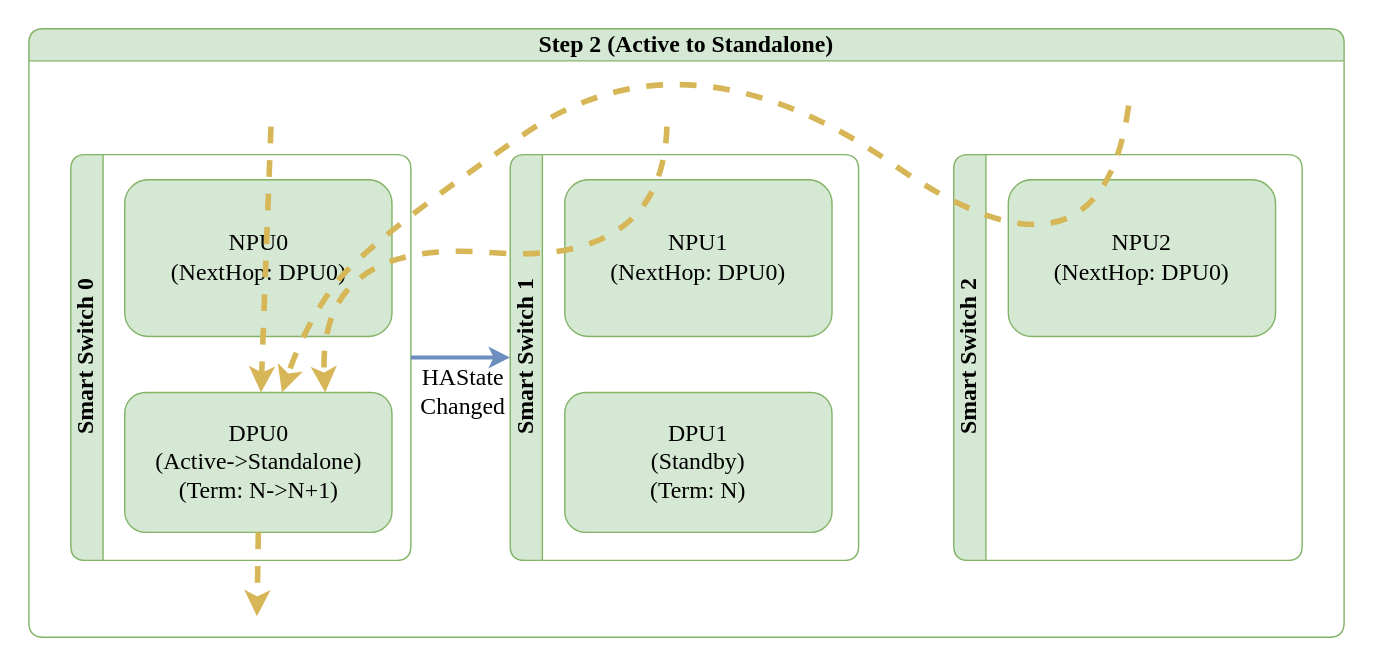
Before: doc/smart-switch/high-availability/images/ha-unplanned-events-enter-standalone-with-peer-up-step-2.svg, a diagram exported from draw.io (sonic-net/SONiC). Source tidied: cells renumbered, new cells last; positions are measured from the earlier drawing's top-left corner, leaving out a move shared by most shapes. The source it was exported from:
```xml
<mxGraphModel>
  <root>
    <mxCell id="0" />
    <mxCell id="1" parent="0" />
    <mxCell id="2" value="Step 2 (Active to Standalone)" style="swimlane;horizontal=1;whiteSpace=wrap;html=1;rounded=1;labelBorderColor=none;strokeColor=#82b366;fontFamily=Consolas;fontSize=17;startSize=23;fillColor=#d5e8d4;swimlaneFillColor=#FFFFFF;" parent="1" vertex="1">
      <mxGeometry y="5" width="940" height="435" as="geometry" />
    </mxCell>
    <mxCell id="3" value="Smart Switch 0" style="swimlane;horizontal=0;whiteSpace=wrap;html=1;rounded=1;labelBorderColor=none;strokeColor=#82b366;fontFamily=Consolas;fontSize=17;startSize=23;fillColor=#d5e8d4;swimlaneFillColor=#FFFFFF;" parent="2" vertex="1">
      <mxGeometry x="30" y="90" width="243" height="290" as="geometry" />
    </mxCell>
    <mxCell id="4" value="NPU0&lt;br style=&quot;font-size: 17px;&quot;&gt;(NextHop: DPU0)" style="rounded=1;whiteSpace=wrap;html=1;strokeColor=#82b366;fontFamily=Consolas;fontSize=17;startSize=23;fillColor=#d5e8d4;" parent="3" vertex="1">
      <mxGeometry x="38.5" y="18" width="191" height="112" as="geometry" />
    </mxCell>
    <mxCell id="5" value="DPU0&lt;br style=&quot;border-color: var(--border-color); font-size: 17px;&quot;&gt;(Active-&amp;gt;Standalone)&lt;br style=&quot;font-size: 17px;&quot;&gt;(Term: N-&amp;gt;N+1)" style="rounded=1;whiteSpace=wrap;html=1;strokeColor=#82b366;fontFamily=Consolas;fontSize=17;startSize=23;fillColor=#d5e8d4;" parent="3" vertex="1">
      <mxGeometry x="38.5" y="170" width="191" height="100" as="geometry" />
    </mxCell>
    <mxCell id="6" value="Smart Switch 1" style="swimlane;horizontal=0;whiteSpace=wrap;html=1;rounded=1;labelBorderColor=none;strokeColor=#82b366;fontFamily=Consolas;fontSize=17;startSize=23;fillColor=#d5e8d4;swimlaneFillColor=#FFFFFF;" parent="2" vertex="1">
      <mxGeometry x="344" y="90" width="249" height="290" as="geometry" />
    </mxCell>
    <mxCell id="7" value="NPU1&lt;br style=&quot;font-size: 17px;&quot;&gt;(NextHop: DPU0)" style="rounded=1;whiteSpace=wrap;html=1;strokeColor=#82b366;fontFamily=Consolas;fontSize=17;startSize=23;fillColor=#d5e8d4;" parent="6" vertex="1">
      <mxGeometry x="39" y="18" width="191" height="112" as="geometry" />
    </mxCell>
    <mxCell id="8" value="DPU1&lt;br style=&quot;border-color: var(--border-color); font-size: 17px;&quot;&gt;(Standby)&lt;br style=&quot;border-color: var(--border-color); font-size: 17px;&quot;&gt;(Term: N)" style="rounded=1;whiteSpace=wrap;html=1;strokeColor=#82b366;fontFamily=Consolas;fontSize=17;startSize=23;fillColor=#d5e8d4;" parent="6" vertex="1">
      <mxGeometry x="39" y="170" width="191" height="100" as="geometry" />
    </mxCell>
    <mxCell id="9" style="curved=1;endArrow=classic;html=1;rounded=0;fillColor=#fff2cc;strokeColor=#d6b656;strokeWidth=4;dashed=1;endFill=1;fontFamily=Consolas;fontSize=17;" parent="2" edge="1" target="5">
      <mxGeometry relative="1" as="geometry">
        <mxPoint x="173" y="70" as="sourcePoint" />
      </mxGeometry>
    </mxCell>
    <mxCell id="10" style="curved=1;endArrow=classic;html=1;rounded=0;entryX=0.75;entryY=0;entryDx=0;entryDy=0;fillColor=#fff2cc;strokeColor=#d6b656;strokeWidth=4;dashed=1;endFill=1;fontFamily=Consolas;fontSize=17;" parent="2" edge="1" target="5">
      <mxGeometry relative="1" as="geometry">
        <mxPoint x="456" y="70" as="sourcePoint" />
        <Array as="points">
          <mxPoint x="453" y="170" />
          <mxPoint x="206" y="150" />
        </Array>
      </mxGeometry>
    </mxCell>
    <mxCell id="11" style="endArrow=classic;html=1;rounded=0;fillColor=#fff2cc;strokeColor=#d6b656;strokeWidth=4;dashed=1;endFill=1;exitX=0.5;exitY=1;exitDx=0;exitDy=0;fontFamily=Consolas;fontSize=17;" parent="2" edge="1" source="5">
      <mxGeometry relative="1" as="geometry">
        <mxPoint x="163" y="420" as="targetPoint" />
      </mxGeometry>
    </mxCell>
    <mxCell id="12" value="Smart Switch 2" style="swimlane;horizontal=0;whiteSpace=wrap;html=1;rounded=1;labelBorderColor=none;strokeColor=#82b366;fontFamily=Consolas;fontSize=17;startSize=23;fillColor=#d5e8d4;swimlaneFillColor=#FFFFFF;" parent="2" vertex="1">
      <mxGeometry x="661" y="90" width="249" height="290" as="geometry" />
    </mxCell>
    <mxCell id="13" value="NPU2&lt;br style=&quot;font-size: 17px;&quot;&gt;(NextHop: DPU0)" style="rounded=1;whiteSpace=wrap;html=1;strokeColor=#82b366;fontFamily=Consolas;fontSize=17;startSize=23;fillColor=#d5e8d4;" parent="12" vertex="1">
      <mxGeometry x="39" y="18" width="191" height="112" as="geometry" />
    </mxCell>
    <mxCell id="14" style="curved=1;endArrow=classic;html=1;rounded=0;fillColor=#fff2cc;strokeColor=#d6b656;strokeWidth=4;dashed=1;endFill=1;fontFamily=Consolas;fontSize=17;" parent="2" edge="1" target="5">
      <mxGeometry relative="1" as="geometry">
        <mxPoint x="786" y="55" as="sourcePoint" />
        <Array as="points">
          <mxPoint x="766" y="200" />
          <mxPoint x="471" y="-5" />
          <mxPoint x="238" y="155" />
          <mxPoint x="196" y="215" />
        </Array>
      </mxGeometry>
    </mxCell>
    <mxCell id="15" value="HAState&lt;br style=&quot;font-size: 17px;&quot;&gt;Changed" style="endArrow=classic;startArrow=none;html=1;exitX=1;exitY=0.5;exitDx=0;exitDy=0;fillColor=#dae8fc;strokeColor=#6c8ebf;strokeWidth=3;fontFamily=Consolas;fontSize=17;startFill=0;endFill=1;labelBackgroundColor=none;curved=1;entryX=0;entryY=0.5;entryDx=0;entryDy=0;" parent="2" edge="1" source="3" target="6">
      <mxGeometry x="0.04" y="-25" relative="1" as="geometry" />
    </mxCell>
  </root>
</mxGraphModel>
```
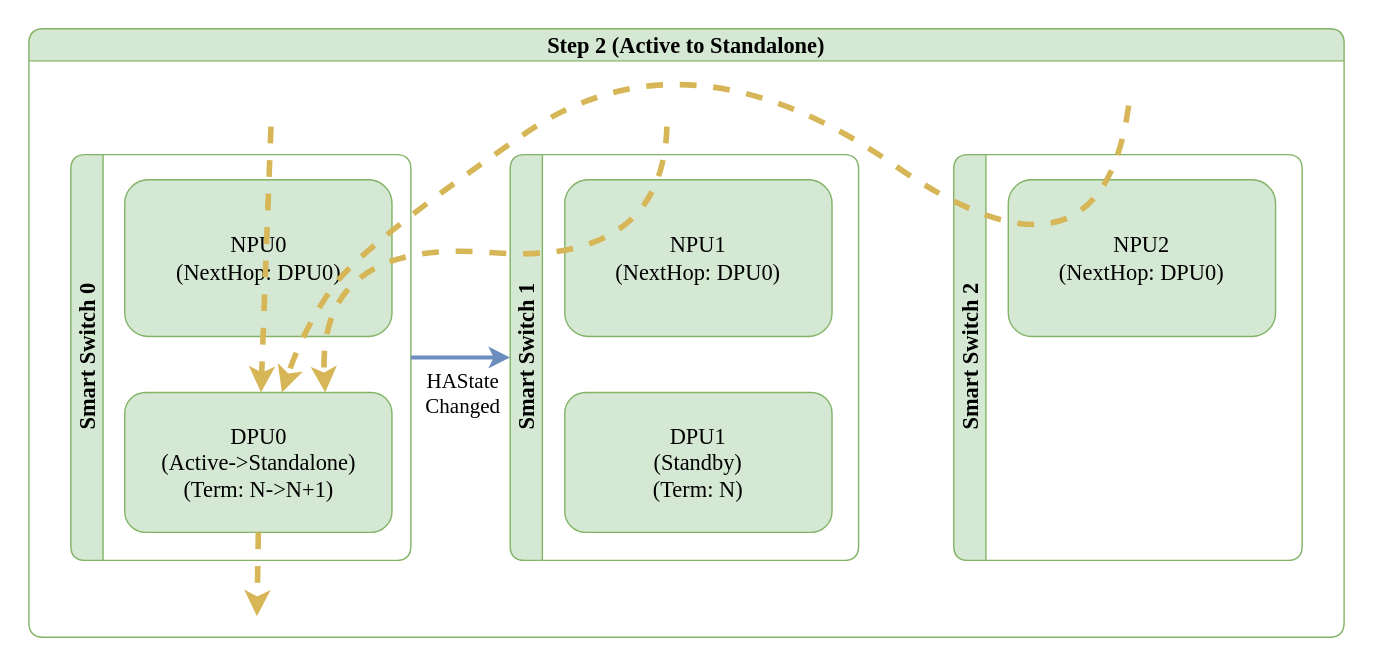
Above is the later version.

Diff of the diagram source:
```diff
@@ -2,33 +2,33 @@
   <root>
     <mxCell id="0" />
     <mxCell id="1" parent="0" />
-    <mxCell id="2" value="Step 2 (Active to Standalone)" style="swimlane;horizontal=1;whiteSpace=wrap;html=1;rounded=1;labelBorderColor=none;strokeColor=#82b366;fontFamily=Consolas;fontSize=17;startSize=23;fillColor=#d5e8d4;swimlaneFillColor=#FFFFFF;" parent="1" vertex="1">
+    <mxCell id="2" value="Step 2 (Active to Standalone)" style="swimlane;horizontal=1;whiteSpace=wrap;html=1;rounded=1;labelBorderColor=none;strokeColor=#82b366;fontFamily=Monaco;fontSize=16;startSize=23;fillColor=#d5e8d4;swimlaneFillColor=#FFFFFF;" parent="1" vertex="1">
       <mxGeometry y="5" width="940" height="435" as="geometry" />
     </mxCell>
-    <mxCell id="3" value="Smart Switch 0" style="swimlane;horizontal=0;whiteSpace=wrap;html=1;rounded=1;labelBorderColor=none;strokeColor=#82b366;fontFamily=Consolas;fontSize=17;startSize=23;fillColor=#d5e8d4;swimlaneFillColor=#FFFFFF;" parent="2" vertex="1">
+    <mxCell id="3" value="Smart Switch 0" style="swimlane;horizontal=0;whiteSpace=wrap;html=1;rounded=1;labelBorderColor=none;strokeColor=#82b366;fontFamily=Monaco;fontSize=16;startSize=23;fillColor=#d5e8d4;swimlaneFillColor=#FFFFFF;" parent="2" vertex="1">
       <mxGeometry x="30" y="90" width="243" height="290" as="geometry" />
     </mxCell>
-    <mxCell id="4" value="NPU0&lt;br style=&quot;font-size: 17px;&quot;&gt;(NextHop: DPU0)" style="rounded=1;whiteSpace=wrap;html=1;strokeColor=#82b366;fontFamily=Consolas;fontSize=17;startSize=23;fillColor=#d5e8d4;" parent="3" vertex="1">
+    <mxCell id="4" value="NPU0&lt;br style=&quot;font-size: 16px;&quot;&gt;(NextHop: DPU0)" style="rounded=1;whiteSpace=wrap;html=1;strokeColor=#82b366;fontFamily=Monaco;fontSize=16;startSize=23;fillColor=#d5e8d4;" parent="3" vertex="1">
       <mxGeometry x="38.5" y="18" width="191" height="112" as="geometry" />
     </mxCell>
-    <mxCell id="5" value="DPU0&lt;br style=&quot;border-color: var(--border-color); font-size: 17px;&quot;&gt;(Active-&amp;gt;Standalone)&lt;br style=&quot;font-size: 17px;&quot;&gt;(Term: N-&amp;gt;N+1)" style="rounded=1;whiteSpace=wrap;html=1;strokeColor=#82b366;fontFamily=Consolas;fontSize=17;startSize=23;fillColor=#d5e8d4;" parent="3" vertex="1">
+    <mxCell id="5" value="DPU0&lt;br style=&quot;border-color: var(--border-color); font-size: 16px;&quot;&gt;(Active-&amp;gt;Standalone)&lt;br style=&quot;font-size: 16px;&quot;&gt;(Term: N-&amp;gt;N+1)" style="rounded=1;whiteSpace=wrap;html=1;strokeColor=#82b366;fontFamily=Monaco;fontSize=16;startSize=23;fillColor=#d5e8d4;" parent="3" vertex="1">
       <mxGeometry x="38.5" y="170" width="191" height="100" as="geometry" />
     </mxCell>
-    <mxCell id="6" value="Smart Switch 1" style="swimlane;horizontal=0;whiteSpace=wrap;html=1;rounded=1;labelBorderColor=none;strokeColor=#82b366;fontFamily=Consolas;fontSize=17;startSize=23;fillColor=#d5e8d4;swimlaneFillColor=#FFFFFF;" parent="2" vertex="1">
+    <mxCell id="6" value="Smart Switch 1" style="swimlane;horizontal=0;whiteSpace=wrap;html=1;rounded=1;labelBorderColor=none;strokeColor=#82b366;fontFamily=Monaco;fontSize=16;startSize=23;fillColor=#d5e8d4;swimlaneFillColor=#FFFFFF;" parent="2" vertex="1">
       <mxGeometry x="344" y="90" width="249" height="290" as="geometry" />
     </mxCell>
-    <mxCell id="7" value="NPU1&lt;br style=&quot;font-size: 17px;&quot;&gt;(NextHop: DPU0)" style="rounded=1;whiteSpace=wrap;html=1;strokeColor=#82b366;fontFamily=Consolas;fontSize=17;startSize=23;fillColor=#d5e8d4;" parent="6" vertex="1">
+    <mxCell id="7" value="NPU1&lt;br style=&quot;font-size: 16px;&quot;&gt;(NextHop: DPU0)" style="rounded=1;whiteSpace=wrap;html=1;strokeColor=#82b366;fontFamily=Monaco;fontSize=16;startSize=23;fillColor=#d5e8d4;" parent="6" vertex="1">
       <mxGeometry x="39" y="18" width="191" height="112" as="geometry" />
     </mxCell>
-    <mxCell id="8" value="DPU1&lt;br style=&quot;border-color: var(--border-color); font-size: 17px;&quot;&gt;(Standby)&lt;br style=&quot;border-color: var(--border-color); font-size: 17px;&quot;&gt;(Term: N)" style="rounded=1;whiteSpace=wrap;html=1;strokeColor=#82b366;fontFamily=Consolas;fontSize=17;startSize=23;fillColor=#d5e8d4;" parent="6" vertex="1">
+    <mxCell id="8" value="DPU1&lt;br style=&quot;border-color: var(--border-color); font-size: 16px;&quot;&gt;(Standby)&lt;br style=&quot;border-color: var(--border-color); font-size: 16px;&quot;&gt;(Term: N)" style="rounded=1;whiteSpace=wrap;html=1;strokeColor=#82b366;fontFamily=Monaco;fontSize=16;startSize=23;fillColor=#d5e8d4;" parent="6" vertex="1">
       <mxGeometry x="39" y="170" width="191" height="100" as="geometry" />
     </mxCell>
-    <mxCell id="9" style="curved=1;endArrow=classic;html=1;rounded=0;fillColor=#fff2cc;strokeColor=#d6b656;strokeWidth=4;dashed=1;endFill=1;fontFamily=Consolas;fontSize=17;" parent="2" edge="1" target="5">
+    <mxCell id="9" style="curved=1;endArrow=classic;html=1;rounded=0;fillColor=#fff2cc;strokeColor=#d6b656;strokeWidth=4;dashed=1;endFill=1;fontFamily=Monaco;fontSize=16;" parent="2" edge="1" target="5">
       <mxGeometry relative="1" as="geometry">
         <mxPoint x="173" y="70" as="sourcePoint" />
       </mxGeometry>
     </mxCell>
-    <mxCell id="10" style="curved=1;endArrow=classic;html=1;rounded=0;entryX=0.75;entryY=0;entryDx=0;entryDy=0;fillColor=#fff2cc;strokeColor=#d6b656;strokeWidth=4;dashed=1;endFill=1;fontFamily=Consolas;fontSize=17;" parent="2" edge="1" target="5">
+    <mxCell id="10" style="curved=1;endArrow=classic;html=1;rounded=0;entryX=0.75;entryY=0;entryDx=0;entryDy=0;fillColor=#fff2cc;strokeColor=#d6b656;strokeWidth=4;dashed=1;endFill=1;fontFamily=Monaco;fontSize=16;" parent="2" edge="1" target="5">
       <mxGeometry relative="1" as="geometry">
         <mxPoint x="456" y="70" as="sourcePoint" />
         <Array as="points">
@@ -37,18 +37,18 @@
         </Array>
       </mxGeometry>
     </mxCell>
-    <mxCell id="11" style="endArrow=classic;html=1;rounded=0;fillColor=#fff2cc;strokeColor=#d6b656;strokeWidth=4;dashed=1;endFill=1;exitX=0.5;exitY=1;exitDx=0;exitDy=0;fontFamily=Consolas;fontSize=17;" parent="2" edge="1" source="5">
+    <mxCell id="11" style="endArrow=classic;html=1;rounded=0;fillColor=#fff2cc;strokeColor=#d6b656;strokeWidth=4;dashed=1;endFill=1;exitX=0.5;exitY=1;exitDx=0;exitDy=0;fontFamily=Monaco;fontSize=16;" parent="2" edge="1" source="5">
       <mxGeometry relative="1" as="geometry">
         <mxPoint x="163" y="420" as="targetPoint" />
       </mxGeometry>
     </mxCell>
-    <mxCell id="12" value="Smart Switch 2" style="swimlane;horizontal=0;whiteSpace=wrap;html=1;rounded=1;labelBorderColor=none;strokeColor=#82b366;fontFamily=Consolas;fontSize=17;startSize=23;fillColor=#d5e8d4;swimlaneFillColor=#FFFFFF;" parent="2" vertex="1">
+    <mxCell id="12" value="Smart Switch 2" style="swimlane;horizontal=0;whiteSpace=wrap;html=1;rounded=1;labelBorderColor=none;strokeColor=#82b366;fontFamily=Monaco;fontSize=16;startSize=23;fillColor=#d5e8d4;swimlaneFillColor=#FFFFFF;" parent="2" vertex="1">
       <mxGeometry x="661" y="90" width="249" height="290" as="geometry" />
     </mxCell>
-    <mxCell id="13" value="NPU2&lt;br style=&quot;font-size: 17px;&quot;&gt;(NextHop: DPU0)" style="rounded=1;whiteSpace=wrap;html=1;strokeColor=#82b366;fontFamily=Consolas;fontSize=17;startSize=23;fillColor=#d5e8d4;" parent="12" vertex="1">
+    <mxCell id="13" value="NPU2&lt;br style=&quot;font-size: 16px;&quot;&gt;(NextHop: DPU0)" style="rounded=1;whiteSpace=wrap;html=1;strokeColor=#82b366;fontFamily=Monaco;fontSize=16;startSize=23;fillColor=#d5e8d4;" parent="12" vertex="1">
       <mxGeometry x="39" y="18" width="191" height="112" as="geometry" />
     </mxCell>
-    <mxCell id="14" style="curved=1;endArrow=classic;html=1;rounded=0;fillColor=#fff2cc;strokeColor=#d6b656;strokeWidth=4;dashed=1;endFill=1;fontFamily=Consolas;fontSize=17;" parent="2" edge="1" target="5">
+    <mxCell id="14" style="curved=1;endArrow=classic;html=1;rounded=0;fillColor=#fff2cc;strokeColor=#d6b656;strokeWidth=4;dashed=1;endFill=1;fontFamily=Monaco;fontSize=16;" parent="2" edge="1" target="5">
       <mxGeometry relative="1" as="geometry">
         <mxPoint x="786" y="55" as="sourcePoint" />
         <Array as="points">
@@ -59,7 +59,7 @@
         </Array>
       </mxGeometry>
     </mxCell>
-    <mxCell id="15" value="HAState&lt;br style=&quot;font-size: 17px;&quot;&gt;Changed" style="endArrow=classic;startArrow=none;html=1;exitX=1;exitY=0.5;exitDx=0;exitDy=0;fillColor=#dae8fc;strokeColor=#6c8ebf;strokeWidth=3;fontFamily=Consolas;fontSize=17;startFill=0;endFill=1;labelBackgroundColor=none;curved=1;entryX=0;entryY=0.5;entryDx=0;entryDy=0;" parent="2" edge="1" source="3" target="6">
+    <mxCell id="15" value="HAState&lt;br style=&quot;font-size: 15px;&quot;&gt;Changed" style="endArrow=classic;startArrow=none;html=1;exitX=1;exitY=0.5;exitDx=0;exitDy=0;fillColor=#dae8fc;strokeColor=#6c8ebf;strokeWidth=3;fontFamily=Monaco;fontSize=15;startFill=0;endFill=1;labelBackgroundColor=none;curved=1;entryX=0;entryY=0.5;entryDx=0;entryDy=0;" parent="2" edge="1" source="3" target="6">
       <mxGeometry x="0.04" y="-25" relative="1" as="geometry" />
     </mxCell>
   </root>
```
